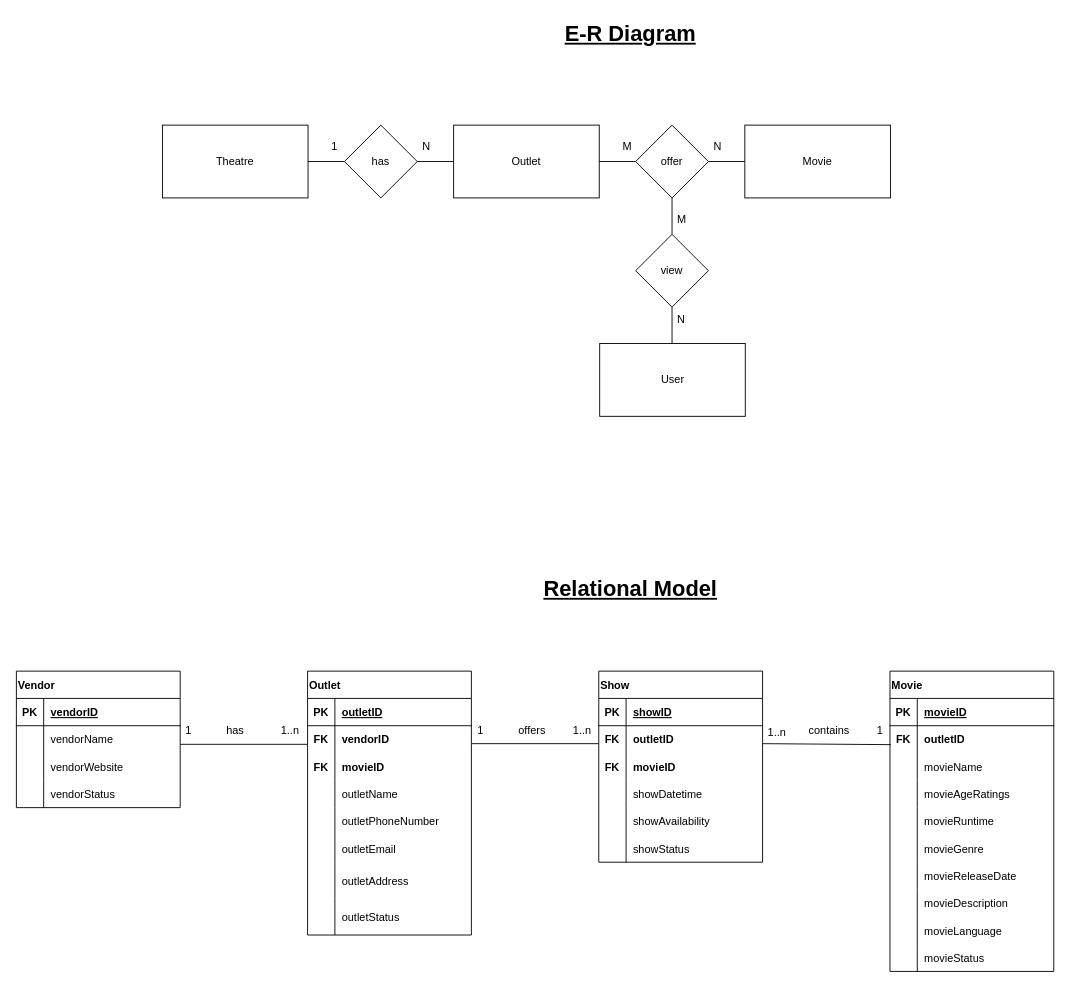
fswdtls/fswdtls keeps this draw.io diagram as TanLiSen_assig2.drawio. Above is the earlier version. Source tidied: cells renumbered, new cells numbered last; positions are measured from the earlier drawing's top-left corner, leaving out a move shared by most shapes. Both pictures are drawn from the tidied source at 91%, with x=0, y=0 at pixel (15, 15).
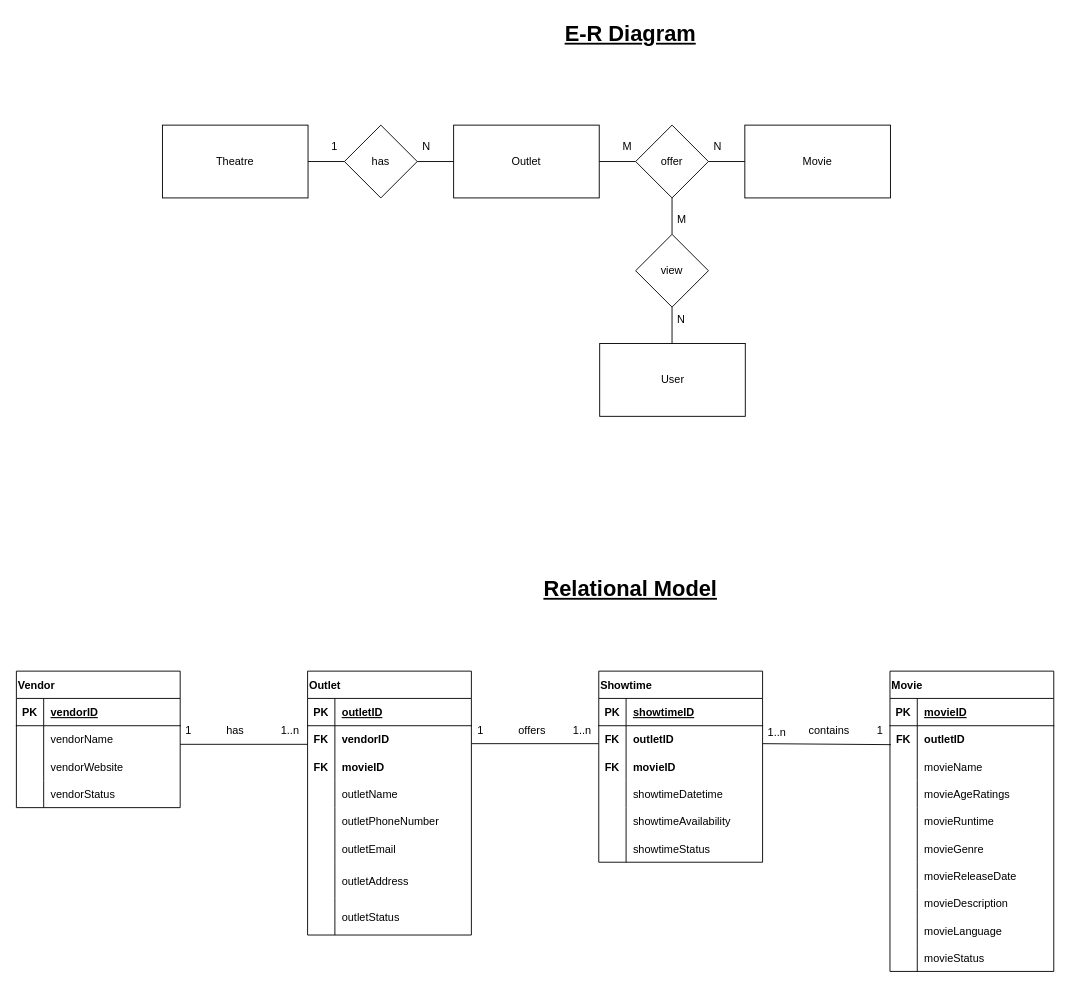
The same page after the edit.

Unchanged cells that the change refers to:
```xml
<mxCell id="60" style="shape=tableRow;horizontal=0;startSize=0;swimlaneHead=0;swimlaneBody=0;fillColor=none;top=0;left=0;right=0;bottom=1;align=left;verticalAlign=middle;" parent="59" vertex="1">
  <mxGeometry y="30" width="180" height="30" as="geometry" />
</mxCell>
<mxCell id="69" style="shape=tableRow;horizontal=0;startSize=0;swimlaneHead=0;swimlaneBody=0;fillColor=none;top=0;left=0;right=0;bottom=0;align=left;verticalAlign=middle;" parent="59" vertex="1">
  <mxGeometry y="120" width="180" height="30" as="geometry" />
</mxCell>
<mxCell id="72" style="shape=tableRow;horizontal=0;startSize=0;swimlaneHead=0;swimlaneBody=0;fillColor=none;top=0;left=0;right=0;bottom=0;align=left;verticalAlign=middle;" parent="59" vertex="1">
  <mxGeometry y="150" width="180" height="30" as="geometry" />
</mxCell>
<mxCell id="75" style="shape=tableRow;horizontal=0;startSize=0;swimlaneHead=0;swimlaneBody=0;fillColor=none;top=0;left=0;right=0;bottom=0;align=left;verticalAlign=middle;" parent="59" vertex="1">
  <mxGeometry y="180" width="180" height="30" as="geometry" />
</mxCell>
```

Diff of the diagram source:
```diff
@@
-    <mxCell id="59" value="Show" style="shape=table;startSize=30;childLayout=tableLayout;rowLines=0;fontStyle=1;align=left;verticalAlign=middle;" parent="1" vertex="1">
+    <mxCell id="59" value="Showtime" style="shape=table;startSize=30;childLayout=tableLayout;rowLines=0;fontStyle=1;align=left;verticalAlign=middle;" parent="1" vertex="1">
       <mxGeometry x="640.5" y="720" width="180" height="210" as="geometry" />
     </mxCell>
@@
-    <mxCell id="62" value="showID" style="shape=partialRectangle;fillColor=none;top=0;left=0;bottom=0;right=0;align=left;spacingLeft=6;fontStyle=5;overflow=hidden;verticalAlign=middle;" parent="60" vertex="1">
+    <mxCell id="62" value="showtimeID" style="shape=partialRectangle;fillColor=none;top=0;left=0;bottom=0;right=0;align=left;spacingLeft=6;fontStyle=5;overflow=hidden;verticalAlign=middle;" parent="60" vertex="1">
       <mxGeometry x="30" width="150" height="30" as="geometry" />
     </mxCell>
@@
-    <mxCell id="71" value="showDatetime" style="shape=partialRectangle;fillColor=none;top=0;left=0;bottom=0;right=0;align=left;spacingLeft=6;overflow=hidden;verticalAlign=middle;" parent="69" vertex="1">
+    <mxCell id="71" value="showtimeDatetime" style="shape=partialRectangle;fillColor=none;top=0;left=0;bottom=0;right=0;align=left;spacingLeft=6;overflow=hidden;verticalAlign=middle;" parent="69" vertex="1">
       <mxGeometry x="30" width="150" height="30" as="geometry" />
     </mxCell>
@@
-    <mxCell id="74" value="showAvailability" style="shape=partialRectangle;fillColor=none;top=0;left=0;bottom=0;right=0;align=left;spacingLeft=6;overflow=hidden;verticalAlign=middle;" parent="72" vertex="1">
+    <mxCell id="74" value="showtimeAvailability" style="shape=partialRectangle;fillColor=none;top=0;left=0;bottom=0;right=0;align=left;spacingLeft=6;overflow=hidden;verticalAlign=middle;" parent="72" vertex="1">
       <mxGeometry x="30" width="150" height="30" as="geometry" />
     </mxCell>
@@
-    <mxCell id="77" value="showStatus" style="shape=partialRectangle;fillColor=none;top=0;left=0;bottom=0;right=0;align=left;spacingLeft=6;overflow=hidden;verticalAlign=middle;" parent="75" vertex="1">
+    <mxCell id="77" value="showtimeStatus" style="shape=partialRectangle;fillColor=none;top=0;left=0;bottom=0;right=0;align=left;spacingLeft=6;overflow=hidden;verticalAlign=middle;" parent="75" vertex="1">
       <mxGeometry x="30" width="150" height="30" as="geometry" />
     </mxCell>
```
